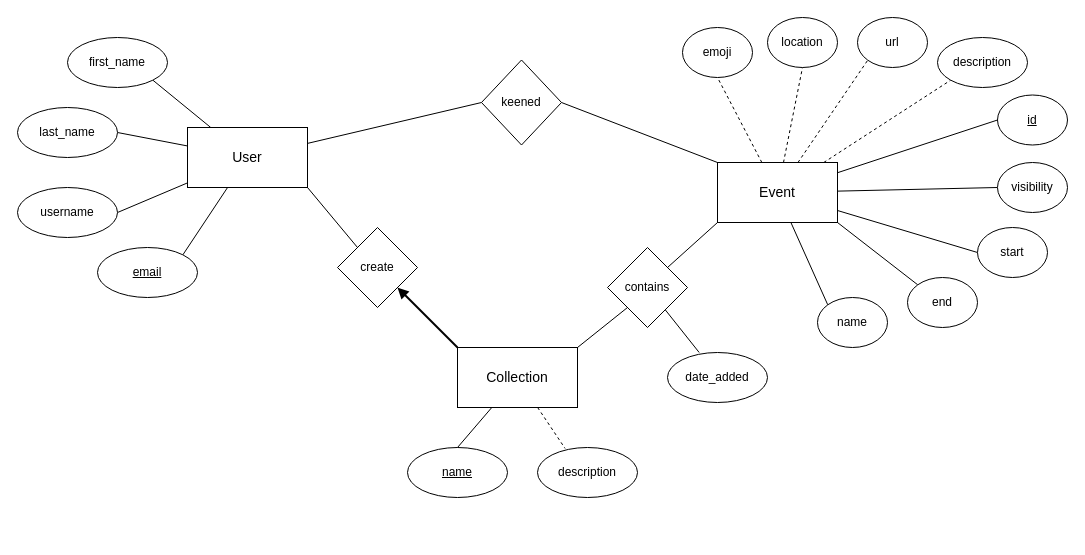
This is docs/database/er-diagram.drawio from keen-app/keen, a draw.io file, before an edit. Source tidied: cells renumbered, new cells numbered last; positions are measured from the earlier drawing's top-left corner, leaving out a move shared by most shapes. Both pictures are drawn from the tidied source at 100%, with x=0, y=0 at pixel (17, 17).
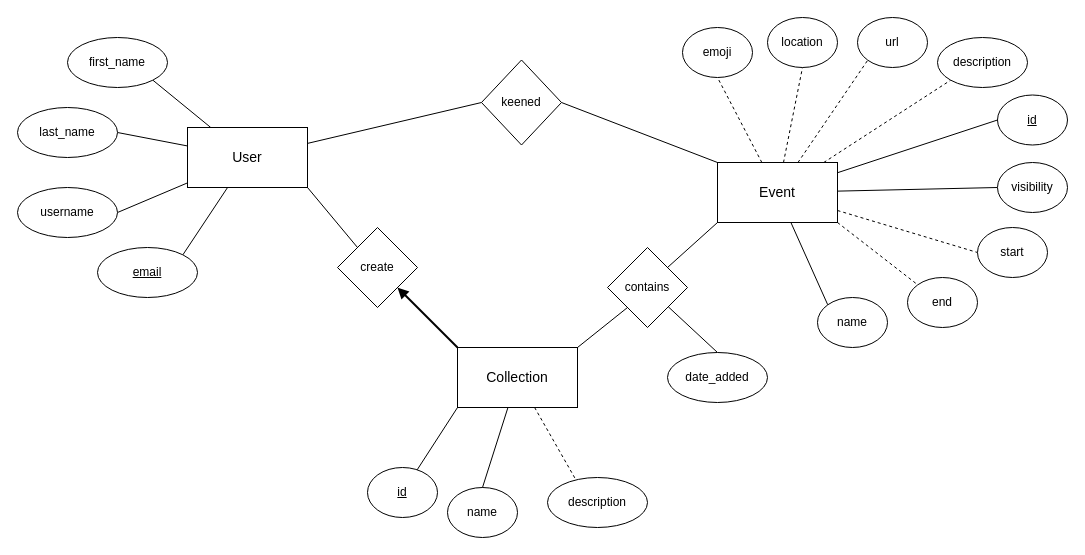
The same diagram, later.

Commit message (it also covers changes not shown here):
Update database diagrams

The change refers to these unchanged cells:
```xml
<mxCell id="14" value="Collection" style="rounded=0;whiteSpace=wrap;html=1;fontSize=14;" parent="1" vertex="1">
  <mxGeometry x="440" y="330" width="120" height="60" as="geometry" />
</mxCell>
<mxCell id="26" value="Event" style="rounded=0;whiteSpace=wrap;html=1;fontSize=14;" parent="1" vertex="1">
  <mxGeometry x="700" y="145" width="120" height="60" as="geometry" />
</mxCell>
<mxCell id="31" value="start" style="ellipse;whiteSpace=wrap;html=1;" parent="1" vertex="1">
  <mxGeometry x="960" y="210" width="70" height="50" as="geometry" />
</mxCell>
<mxCell id="32" value="end" style="ellipse;whiteSpace=wrap;html=1;" parent="1" vertex="1">
  <mxGeometry x="890" y="260" width="70" height="50" as="geometry" />
</mxCell>
<mxCell id="42" value="contains" style="rhombus;whiteSpace=wrap;html=1;" parent="1" vertex="1">
  <mxGeometry x="590" y="230" width="80" height="80" as="geometry" />
</mxCell>
<mxCell id="43" value="date_added" style="ellipse;whiteSpace=wrap;html=1;" parent="1" vertex="1">
  <mxGeometry x="650" y="335" width="100" height="50" as="geometry" />
</mxCell>
```

Change to the diagram source:
```diff
@@
-    <mxCell id="15" value="&lt;u&gt;name&lt;/u&gt;" style="ellipse;whiteSpace=wrap;html=1;" parent="1" vertex="1">
-      <mxGeometry x="390" y="430" width="100" height="50" as="geometry" />
+    <mxCell id="15" value="name" style="ellipse;whiteSpace=wrap;html=1;" parent="1" vertex="1">
+      <mxGeometry x="430" y="470" width="70" height="50" as="geometry" />
     </mxCell>
     <mxCell id="16" value="description" style="ellipse;whiteSpace=wrap;html=1;" parent="1" vertex="1">
-      <mxGeometry x="520" y="430" width="100" height="50" as="geometry" />
+      <mxGeometry x="530" y="460" width="100" height="50" as="geometry" />
     </mxCell>
@@
-    <mxCell id="23" style="rounded=0;jettySize=auto;html=1;entryX=0;entryY=0.5;entryDx=0;entryDy=0;endArrow=none;endFill=0;" parent="1" edge="1" source="26" target="31">
+    <mxCell id="23" style="rounded=0;jettySize=auto;html=1;entryX=0;entryY=0.5;entryDx=0;entryDy=0;endArrow=none;endFill=0;dashed=1;" parent="1" edge="1" source="26" target="31">
       <mxGeometry relative="1" as="geometry" />
     </mxCell>
-    <mxCell id="24" style="rounded=0;jettySize=auto;html=1;entryX=0;entryY=0;entryDx=0;entryDy=0;endArrow=none;endFill=0;exitX=1;exitY=1;exitDx=0;exitDy=0;" parent="1" edge="1" source="26" target="32">
+    <mxCell id="24" style="rounded=0;jettySize=auto;html=1;entryX=0;entryY=0;entryDx=0;entryDy=0;endArrow=none;endFill=0;exitX=1;exitY=1;exitDx=0;exitDy=0;dashed=1;" parent="1" edge="1" source="26" target="32">
       <mxGeometry relative="1" as="geometry" />
     </mxCell>
@@
+    <mxCell id="41" style="rounded=0;jettySize=auto;html=1;entryX=0;entryY=1;entryDx=0;entryDy=0;endArrow=none;endFill=0;startArrow=none;startFill=0;strokeWidth=1;exitX=1;exitY=0;exitDx=0;exitDy=0;" parent="1" edge="1" source="42" target="26">
+      <mxGeometry relative="1" as="geometry" />
+    </mxCell>
-    <mxCell id="40" style="rounded=0;jettySize=auto;html=1;entryX=0.317;entryY=0;entryDx=0;entryDy=0;endArrow=none;endFill=0;entryPerimeter=0;" parent="1" edge="1" source="42" target="43">
+    <mxCell id="40" style="rounded=0;jettySize=auto;html=1;entryX=0.5;entryY=0;entryDx=0;entryDy=0;endArrow=none;endFill=0;" parent="1" edge="1" source="42" target="43">
       <mxGeometry relative="1" as="geometry" />
     </mxCell>
-    <mxCell id="41" style="rounded=0;jettySize=auto;html=1;entryX=0;entryY=1;entryDx=0;entryDy=0;endArrow=none;endFill=0;startArrow=none;startFill=0;strokeWidth=1;exitX=1;exitY=0;exitDx=0;exitDy=0;" parent="1" edge="1" source="42" target="26">
-      <mxGeometry relative="1" as="geometry" />
-    </mxCell>
@@
+    <mxCell id="46" style="rounded=0;jettySize=auto;html=1;entryX=0;entryY=1;entryDx=0;entryDy=0;endArrow=none;endFill=0;" parent="1" edge="1" source="47" target="14">
+      <mxGeometry relative="1" as="geometry" />
+    </mxCell>
+    <mxCell id="47" value="&lt;u&gt;id&lt;/u&gt;" style="ellipse;whiteSpace=wrap;html=1;" parent="1" vertex="1">
+      <mxGeometry x="350" y="450" width="70" height="50" as="geometry" />
+    </mxCell>
```
